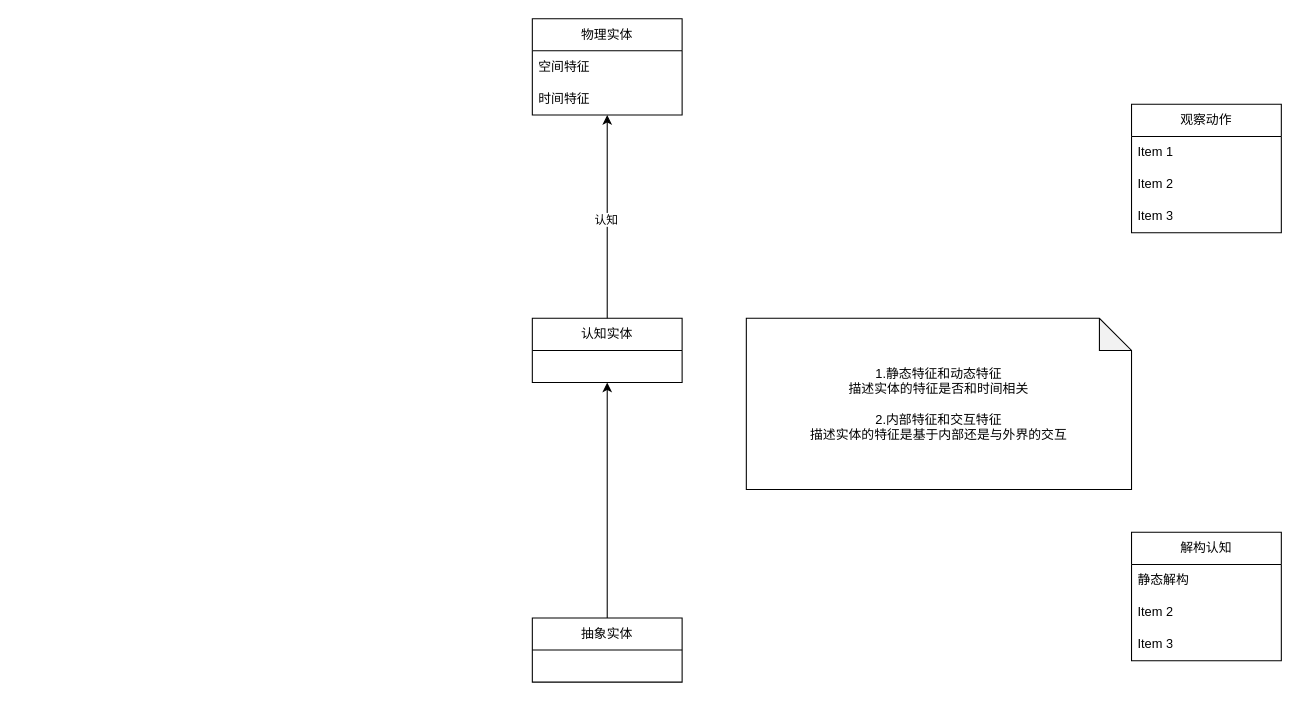
cyxm/CodeGenerator keeps this draw.io diagram as page "实体" (1 of 6) of base_model/实体和语言.drawio. Above is the earlier version. Source tidied: cells renumbered, new cells numbered last; positions are measured from the earlier drawing's top-left corner, leaving out a move shared by most shapes. Both pictures are drawn from the tidied source at 107%, with x=0, y=0 at pixel (532, 18).
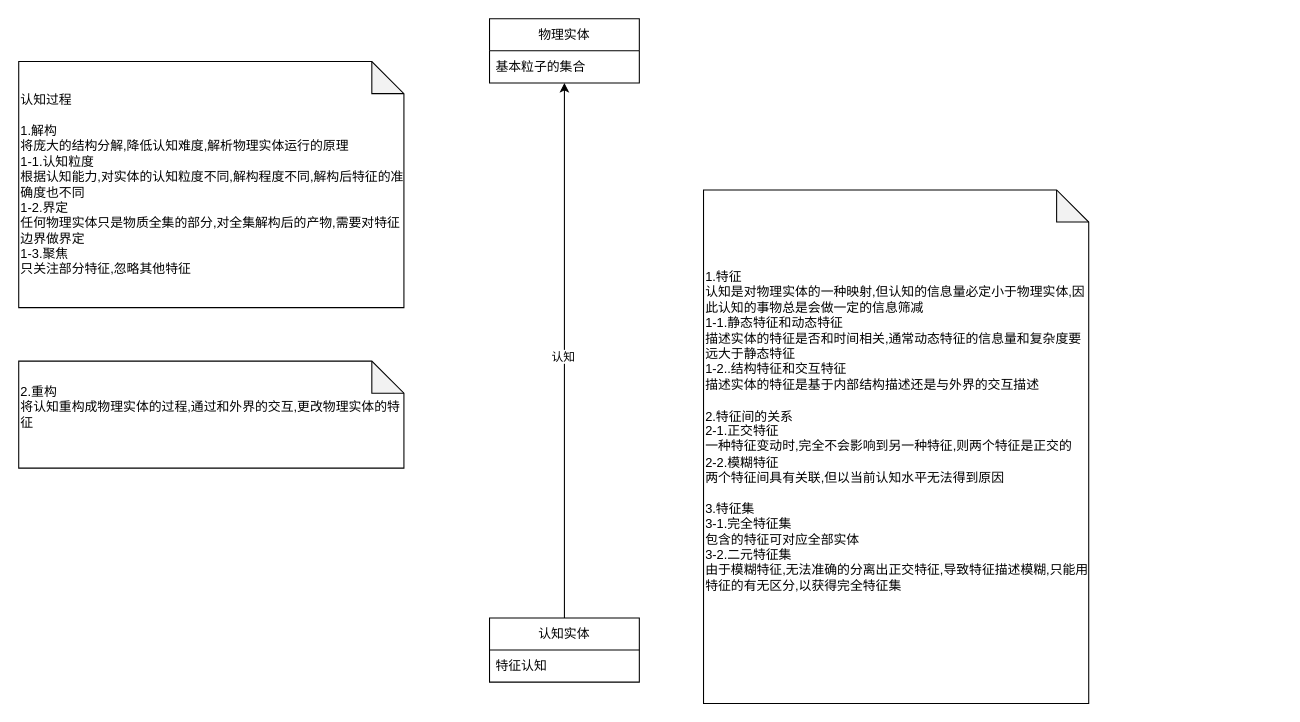
After the change.

Commit message:
更新实体和语言.drawio

Diff of the diagram source:
```diff
@@
 <mxGraphModel>
   <root>
     <mxCell id="0" />
     <mxCell id="1" parent="0" />
     <mxCell id="2" value="物理实体" style="swimlane;fontStyle=0;horizontal=1;startSize=30;whiteSpace=wrap;html=1;" parent="1" vertex="1">
-      <mxGeometry width="140" height="90" as="geometry" />
+      <mxGeometry x="-40" width="140" height="60" as="geometry" />
     </mxCell>
-    <mxCell id="3" value="空间特征" style="text;strokeColor=none;fillColor=none;align=left;verticalAlign=middle;spacingLeft=4;spacingRight=4;overflow=hidden;whiteSpace=wrap;html=1;" parent="2" vertex="1">
+    <mxCell id="3" value="基本粒子的集合" style="text;strokeColor=none;fillColor=none;align=left;verticalAlign=middle;spacingLeft=4;spacingRight=4;overflow=hidden;whiteSpace=wrap;html=1;" parent="2" vertex="1">
       <mxGeometry y="30" width="140" height="30" as="geometry" />
     </mxCell>
-    <mxCell id="4" value="时间特征" style="text;strokeColor=none;fillColor=none;align=left;verticalAlign=middle;spacingLeft=4;spacingRight=4;overflow=hidden;whiteSpace=wrap;html=1;" parent="2" vertex="1">
-      <mxGeometry y="60" width="140" height="30" as="geometry" />
-    </mxCell>
-    <mxCell id="5" value="认知实体" style="swimlane;fontStyle=0;horizontal=1;startSize=30;whiteSpace=wrap;html=1;" parent="1" vertex="1">
-      <mxGeometry y="280" width="140" height="60" as="geometry" />
-    </mxCell>
-    <mxCell id="6" value="解构认知" style="swimlane;fontStyle=0;horizontal=1;startSize=30;whiteSpace=wrap;html=1;" parent="1" vertex="1">
-      <mxGeometry x="560" y="480" width="140" height="120" as="geometry" />
-    </mxCell>
-    <mxCell id="7" value="静态解构" style="text;strokeColor=none;fillColor=none;align=left;verticalAlign=middle;spacingLeft=4;spacingRight=4;overflow=hidden;whiteSpace=wrap;html=1;" parent="6" vertex="1">
-      <mxGeometry y="30" width="140" height="30" as="geometry" />
-    </mxCell>
-    <mxCell id="8" value="Item 2" style="text;strokeColor=none;fillColor=none;align=left;verticalAlign=middle;spacingLeft=4;spacingRight=4;overflow=hidden;whiteSpace=wrap;html=1;" parent="6" vertex="1">
-      <mxGeometry y="60" width="140" height="30" as="geometry" />
-    </mxCell>
-    <mxCell id="9" value="Item 3" style="text;strokeColor=none;fillColor=none;align=left;verticalAlign=middle;spacingLeft=4;spacingRight=4;overflow=hidden;whiteSpace=wrap;html=1;" parent="6" vertex="1">
-      <mxGeometry y="90" width="140" height="30" as="geometry" />
-    </mxCell>
-    <mxCell id="10" value="抽象实体" style="swimlane;fontStyle=0;horizontal=1;startSize=30;whiteSpace=wrap;html=1;" parent="1" vertex="1">
-      <mxGeometry y="560" width="140" height="60" as="geometry" />
-    </mxCell>
-    <mxCell id="11" value="观察动作" style="swimlane;fontStyle=0;horizontal=1;startSize=30;whiteSpace=wrap;html=1;" parent="1" vertex="1">
-      <mxGeometry x="560" y="80" width="140" height="120" as="geometry" />
-    </mxCell>
-    <mxCell id="12" value="Item 1" style="text;strokeColor=none;fillColor=none;align=left;verticalAlign=middle;spacingLeft=4;spacingRight=4;overflow=hidden;whiteSpace=wrap;html=1;" parent="11" vertex="1">
-      <mxGeometry y="30" width="140" height="30" as="geometry" />
-    </mxCell>
-    <mxCell id="13" value="Item 2" style="text;strokeColor=none;fillColor=none;align=left;verticalAlign=middle;spacingLeft=4;spacingRight=4;overflow=hidden;whiteSpace=wrap;html=1;" parent="11" vertex="1">
-      <mxGeometry y="60" width="140" height="30" as="geometry" />
-    </mxCell>
-    <mxCell id="14" value="Item 3" style="text;strokeColor=none;fillColor=none;align=left;verticalAlign=middle;spacingLeft=4;spacingRight=4;overflow=hidden;whiteSpace=wrap;html=1;" parent="11" vertex="1">
-      <mxGeometry y="90" width="140" height="30" as="geometry" />
-    </mxCell>
-    <mxCell id="15" style="endArrow=classic;html=1;rounded=0;entryX=0.5;entryY=1;entryDx=0;entryDy=0;" parent="1" edge="1" source="5" target="2">
+    <mxCell id="15" style="endArrow=classic;html=1;rounded=0;entryX=0.5;entryY=1;entryDx=0;entryDy=0;exitX=0.5;exitY=0;exitDx=0;exitDy=0;" parent="1" edge="1" source="5" target="2">
       <mxGeometry relative="1" as="geometry" />
     </mxCell>
     <mxCell id="16" value="认知" style="edgeLabel;html=1;align=center;verticalAlign=middle;" parent="15" vertex="1">
       <mxGeometry x="-0.02" y="2" relative="1" as="geometry" />
     </mxCell>
-    <mxCell id="17" style="endArrow=classic;html=1;rounded=0;exitX=0.5;exitY=0;exitDx=0;exitDy=0;entryX=0.5;entryY=1;entryDx=0;entryDy=0;" parent="1" edge="1" source="10" target="5">
-      <mxGeometry relative="1" as="geometry" />
-    </mxCell>
-    <mxCell id="18" value="&lt;div&gt;1.静态特征和动态特征&lt;/div&gt;&lt;div&gt;描述实体的特征是否和时间相关&lt;/div&gt;&lt;div&gt;&lt;br&gt;&lt;/div&gt;&lt;div&gt;2.内部特征和交互特征&lt;/div&gt;&lt;div&gt;描述实体的特征是基于内部还是与外界的交互&lt;/div&gt;" style="shape=note;whiteSpace=wrap;html=1;backgroundOutline=1;darkOpacity=0.05;" parent="1" vertex="1">
-      <mxGeometry x="200" y="280" width="360" height="160" as="geometry" />
+    <mxCell id="18" value="&lt;div&gt;1.特征&lt;/div&gt;&lt;div&gt;认知是对物理实体的一种映射,但认知的信息量必定小于物理实体,因此认知的事物总是会做一定的信息筛减&lt;/div&gt;&lt;div&gt;1-1.静态特征和动态特征&lt;/div&gt;&lt;div&gt;描述实体的特征是否和时间相关,通常动态特征的信息量和复杂度要远大于静态特征&lt;/div&gt;&lt;div&gt;1-2..结构特征和交互特征&lt;/div&gt;&lt;div&gt;描述实体的特征是基于内部结构描述还是与外界的交互描述&lt;/div&gt;&lt;div&gt;&lt;br&gt;&lt;/div&gt;&lt;div&gt;2.特征间的关系&lt;/div&gt;&lt;div&gt;2-1.正交特征&lt;/div&gt;&lt;div&gt;一种特征变动时,完全不会影响到另一种特征,则两个特征是正交的&lt;/div&gt;&lt;div&gt;2-2.模糊特征&lt;/div&gt;&lt;div&gt;两个特征间具有关联,但以当前认知水平无法得到原因&lt;/div&gt;&lt;div&gt;&lt;br&gt;&lt;/div&gt;&lt;div&gt;3.特征集&lt;/div&gt;&lt;div&gt;3-1.完全特征集&lt;/div&gt;&lt;div&gt;包含的特征可对应全部实体&lt;/div&gt;&lt;div&gt;3-2.二元特征集&lt;/div&gt;&lt;div&gt;由于模糊特征,无法准确的分离出正交特征,导致特征描述模糊,只能用特征的有无区分,以获得完全特征集&lt;/div&gt;&lt;div&gt;&lt;br&gt;&lt;/div&gt;&lt;div&gt;&lt;br&gt;&lt;/div&gt;" style="shape=note;whiteSpace=wrap;html=1;backgroundOutline=1;darkOpacity=0.05;align=left;" parent="1" vertex="1">
+      <mxGeometry x="160" y="160" width="360" height="480" as="geometry" />
     </mxCell>
+    <mxCell id="19" value="&lt;div&gt;认知过程&lt;/div&gt;&lt;div&gt;&lt;br&gt;&lt;/div&gt;&lt;div&gt;1.解构&lt;/div&gt;&lt;div&gt;将庞大的结构分解,降低认知难度,解析物理实体运行的原理&lt;/div&gt;&lt;div&gt;1-1.认知粒度&lt;/div&gt;&lt;div&gt;根据认知能力,对实体的认知粒度不同,解构程度不同,解构后特征的准确度也不同&lt;/div&gt;&lt;div&gt;1-2.界定&lt;/div&gt;&lt;div&gt;&lt;div&gt;任何物理实体只是物质全集的部分,对全集解构后的产物,需要对特征边界做界定&lt;/div&gt;&lt;/div&gt;&lt;div&gt;1-3.聚焦&lt;/div&gt;&lt;div&gt;只关注部分特征,忽略其他特征&lt;/div&gt;" style="shape=note;whiteSpace=wrap;html=1;backgroundOutline=1;darkOpacity=0.05;align=left;" parent="1" vertex="1">
+      <mxGeometry x="-480" y="40" width="360" height="230" as="geometry" />
+    </mxCell>
+    <mxCell id="5" value="认知实体" style="swimlane;fontStyle=0;horizontal=1;startSize=30;whiteSpace=wrap;html=1;" parent="1" vertex="1">
+      <mxGeometry x="-40" y="560" width="140" height="60" as="geometry" />
+    </mxCell>
+    <mxCell id="20" value="特征认知" style="text;strokeColor=none;fillColor=none;align=left;verticalAlign=middle;spacingLeft=4;spacingRight=4;overflow=hidden;whiteSpace=wrap;html=1;" parent="5" vertex="1">
+      <mxGeometry y="30" width="140" height="30" as="geometry" />
+    </mxCell>
+    <mxCell id="21" value="&lt;div&gt;2.重构&lt;/div&gt;&lt;div&gt;将认知重构成物理实体的过程,通过和外界的交互,更改物理实体的特征&lt;/div&gt;&lt;div&gt;&lt;br&gt;&lt;/div&gt;" style="shape=note;whiteSpace=wrap;html=1;backgroundOutline=1;darkOpacity=0.05;align=left;" parent="1" vertex="1">
+      <mxGeometry x="-480" y="320" width="360" height="100" as="geometry" />
+    </mxCell>
   </root>
 </mxGraphModel>
```
